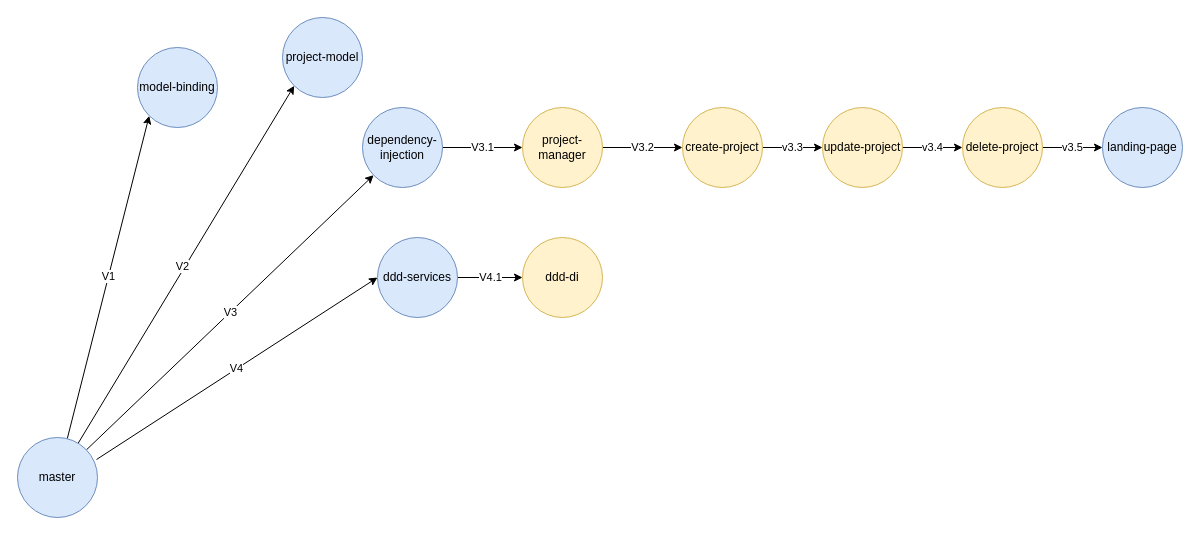
This is PIS.drawio from zcomert/project-information-system, a draw.io file, before an edit. Source tidied: cells renumbered, new cells numbered last; positions are measured from the earlier drawing's top-left corner, leaving out a move shared by most shapes. Both pictures are drawn from the tidied source at 100%, with x=0, y=0 at pixel (17, 17).
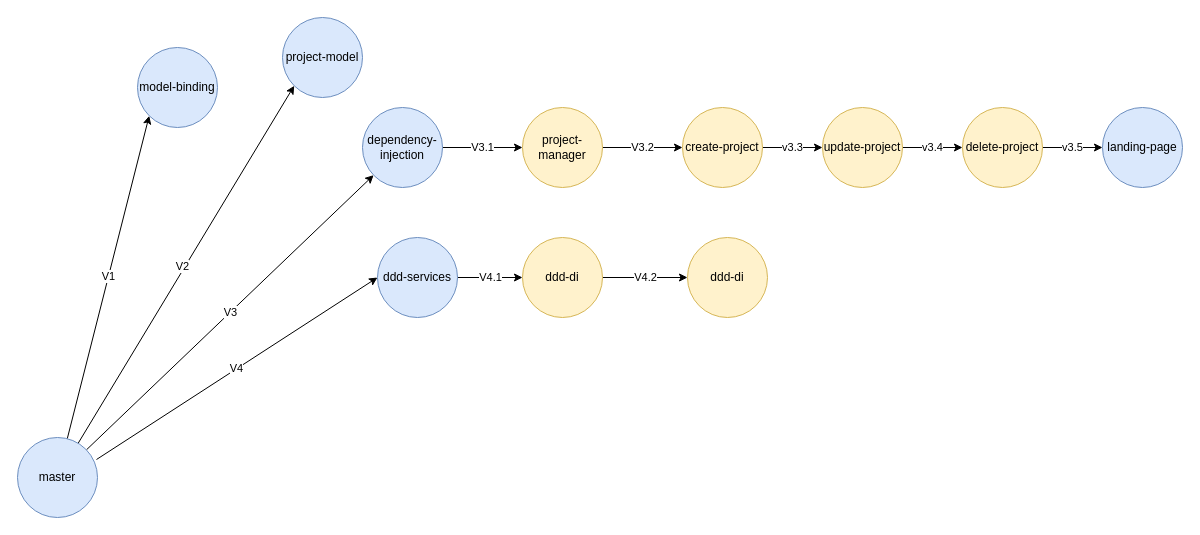
Above is the later version.

Commit message:
Component diagram and packages has been added.

Unchanged cells that the change refers to:
```xml
<mxCell id="24" value="ddd-di" style="ellipse;whiteSpace=wrap;html=1;fillColor=#fff2cc;strokeColor=#d6b656;" parent="1" vertex="1">
  <mxGeometry x="505" y="220" width="80" height="80" as="geometry" />
</mxCell>
```

Change to the diagram source:
```diff
@@
+    <mxCell id="25" value="V4.2" style="edgeStyle=orthogonalEdgeStyle;rounded=0;jettySize=auto;html=1;" parent="1" edge="1" source="24" target="26">
+      <mxGeometry relative="1" as="geometry" />
+    </mxCell>
@@
+    <mxCell id="26" value="ddd-di" style="ellipse;whiteSpace=wrap;html=1;fillColor=#fff2cc;strokeColor=#d6b656;" parent="1" vertex="1">
+      <mxGeometry x="670" y="220" width="80" height="80" as="geometry" />
+    </mxCell>
```
